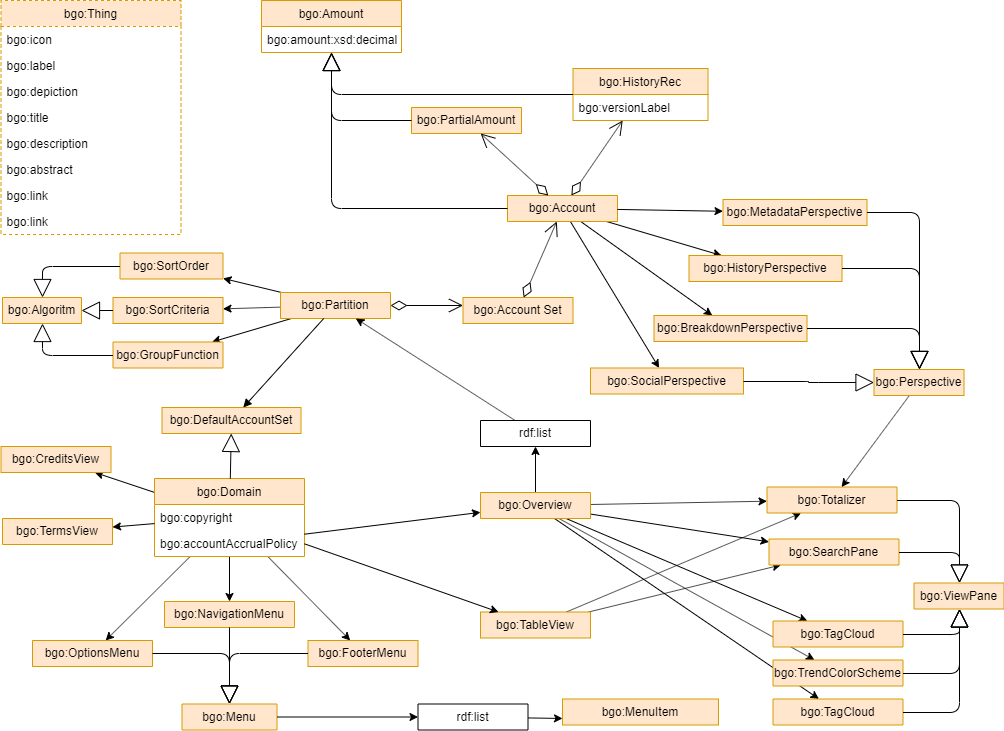
Earlier version of the draw.io export v1/bgo/doc/uml-diagram.png (linkeddatacenter/LODMAP-ontologies). Source tidied: cells renumbered, new cells last; positions are measured from the earlier drawing's top-left corner, leaving out a move shared by most shapes.
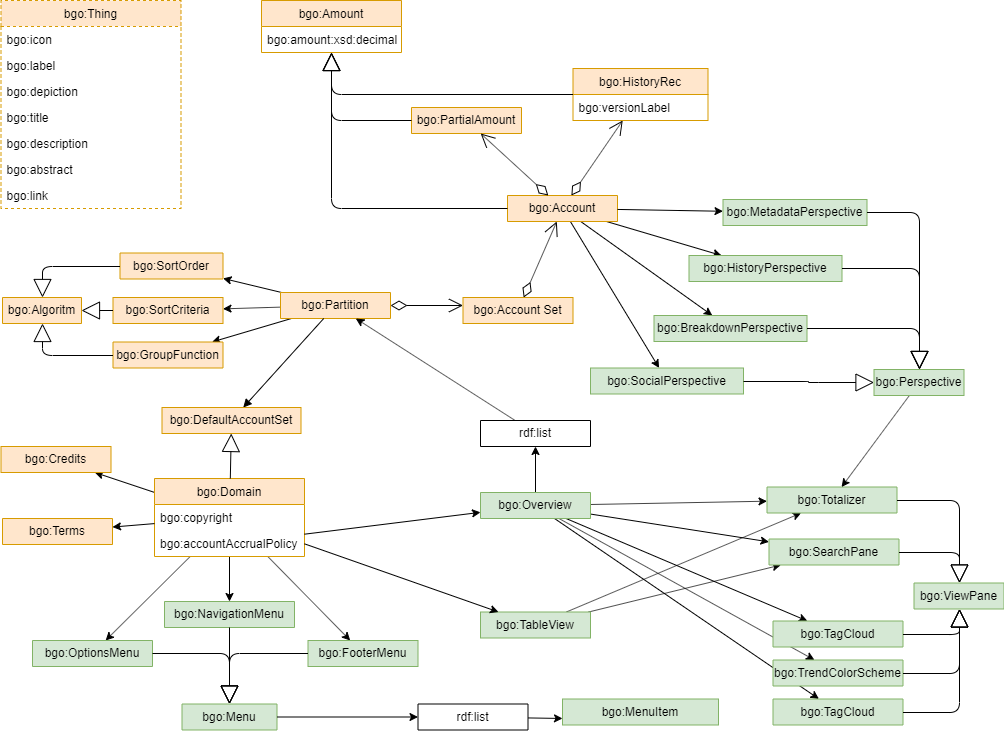
The same file after the commit.

What changed in the source:
```diff
@@ -39,7 +39,7 @@
       <mxGeometry x="-0.05" y="-7" relative="1" as="geometry" />
     </mxCell>
     <mxCell id="14" value="bgo:Thing" style="swimlane;fontStyle=0;horizontal=1;startSize=26;fillColor=#ffe6cc;swimlaneFillColor=#ffffff;strokeColor=#d79b00;dashed=1;" parent="1" vertex="1">
-      <mxGeometry x="-0.5" width="180" height="234" as="geometry" />
+      <mxGeometry x="-0.5" width="180" height="208" as="geometry" />
     </mxCell>
     <mxCell id="15" value="bgo:icon" style="text;strokeColor=none;fillColor=none;align=left;verticalAlign=top;spacingLeft=4;spacingRight=4;overflow=hidden;dashed=1;" parent="14" vertex="1">
       <mxGeometry y="26" width="180" height="26" as="geometry" />
@@ -62,9 +62,6 @@
     <mxCell id="21" value="bgo:link" style="text;strokeColor=none;fillColor=none;align=left;verticalAlign=top;spacingLeft=4;spacingRight=4;overflow=hidden;dashed=1;" parent="14" vertex="1">
       <mxGeometry y="182" width="180" height="26" as="geometry" />
     </mxCell>
-    <mxCell id="22" value="bgo:link" style="text;strokeColor=none;fillColor=none;align=left;verticalAlign=top;spacingLeft=4;spacingRight=4;overflow=hidden;dashed=1;" parent="14" vertex="1">
-      <mxGeometry y="208" width="180" height="26" as="geometry" />
-    </mxCell>
     <mxCell id="23" style="endArrow=open;html=1;endSize=12;startArrow=diamondThin;startSize=14;startFill=0;" parent="1" edge="1" source="12" target="7">
       <mxGeometry x="0.55" y="-7" relative="1" as="geometry" />
     </mxCell>
@@ -190,7 +187,7 @@
     <mxCell id="60" style="edgeStyle=none;rounded=0;jettySize=auto;html=1;" parent="1" edge="1" source="61" target="79">
       <mxGeometry relative="1" as="geometry" />
     </mxCell>
-    <mxCell id="61" value="bgo:Overview" style="swimlane;fontStyle=0;horizontal=1;startSize=26;fillColor=#ffe6cc;swimlaneFillColor=#ffffff;strokeColor=#d79b00;" parent="1" vertex="1" collapsed="1">
+    <mxCell id="61" value="bgo:Overview" style="swimlane;fontStyle=0;horizontal=1;startSize=26;fillColor=#d5e8d4;swimlaneFillColor=#ffffff;strokeColor=#82b366;" parent="1" vertex="1" collapsed="1">
       <mxGeometry x="479" y="492" width="110" height="26" as="geometry" />
     </mxCell>
     <mxCell id="62" style="edgeStyle=none;rounded=0;jettySize=auto;html=1;" parent="1" edge="1" source="64" target="86">
@@ -199,37 +196,37 @@
     <mxCell id="63" style="edgeStyle=none;rounded=0;jettySize=auto;html=1;" parent="1" edge="1" source="64" target="84">
       <mxGeometry relative="1" as="geometry" />
     </mxCell>
-    <mxCell id="64" value="bgo:TableView" style="swimlane;fontStyle=0;horizontal=1;startSize=26;fillColor=#ffe6cc;swimlaneFillColor=#ffffff;strokeColor=#d79b00;" parent="1" vertex="1" collapsed="1">
+    <mxCell id="64" value="bgo:TableView" style="swimlane;fontStyle=0;horizontal=1;startSize=26;fillColor=#d5e8d4;swimlaneFillColor=#ffffff;strokeColor=#82b366;" parent="1" vertex="1" collapsed="1">
       <mxGeometry x="479" y="611.5" width="110" height="26" as="geometry" />
     </mxCell>
-    <mxCell id="65" value="bgo:MetadataPerspective" style="swimlane;fontStyle=0;horizontal=1;startSize=26;fillColor=#ffe6cc;swimlaneFillColor=#ffffff;strokeColor=#d79b00;" parent="1" vertex="1" collapsed="1">
+    <mxCell id="65" value="bgo:MetadataPerspective" style="swimlane;fontStyle=0;horizontal=1;startSize=26;fillColor=#d5e8d4;swimlaneFillColor=#ffffff;strokeColor=#82b366;" parent="1" vertex="1" collapsed="1">
       <mxGeometry x="721.5" y="199" width="144" height="26" as="geometry" />
     </mxCell>
-    <mxCell id="66" value="bgo:HistoryPerspective" style="swimlane;fontStyle=0;horizontal=1;startSize=26;fillColor=#ffe6cc;swimlaneFillColor=#ffffff;strokeColor=#d79b00;" parent="1" vertex="1" collapsed="1">
+    <mxCell id="66" value="bgo:HistoryPerspective" style="swimlane;fontStyle=0;horizontal=1;startSize=26;fillColor=#d5e8d4;swimlaneFillColor=#ffffff;strokeColor=#82b366;" parent="1" vertex="1" collapsed="1">
       <mxGeometry x="687.5" y="255" width="153" height="26" as="geometry" />
     </mxCell>
-    <mxCell id="67" value="bgo:BreakdownPerspective" style="swimlane;fontStyle=0;horizontal=1;startSize=26;fillColor=#ffe6cc;swimlaneFillColor=#ffffff;strokeColor=#d79b00;" parent="1" vertex="1" collapsed="1">
+    <mxCell id="67" value="bgo:BreakdownPerspective" style="swimlane;fontStyle=0;horizontal=1;startSize=26;fillColor=#d5e8d4;swimlaneFillColor=#ffffff;strokeColor=#82b366;" parent="1" vertex="1" collapsed="1">
       <mxGeometry x="652.5" y="315" width="153" height="26" as="geometry" />
     </mxCell>
-    <mxCell id="68" value="bgo:SocialPerspective" style="swimlane;fontStyle=0;horizontal=1;startSize=26;fillColor=#ffe6cc;swimlaneFillColor=#ffffff;strokeColor=#d79b00;" parent="1" vertex="1" collapsed="1">
+    <mxCell id="68" value="bgo:SocialPerspective" style="swimlane;fontStyle=0;horizontal=1;startSize=26;fillColor=#d5e8d4;swimlaneFillColor=#ffffff;strokeColor=#82b366;" parent="1" vertex="1" collapsed="1">
       <mxGeometry x="589" y="367.5" width="153" height="26" as="geometry" />
     </mxCell>
-    <mxCell id="69" value="bgo:CreditsView" style="swimlane;fontStyle=0;horizontal=1;startSize=26;fillColor=#ffe6cc;swimlaneFillColor=#ffffff;strokeColor=#d79b00;" parent="1" vertex="1" collapsed="1">
+    <mxCell id="69" value="bgo:Credits" style="swimlane;fontStyle=0;horizontal=1;startSize=26;fillColor=#ffe6cc;swimlaneFillColor=#ffffff;strokeColor=#d79b00;" parent="1" vertex="1" collapsed="1">
       <mxGeometry x="-0.5" y="446" width="110" height="26" as="geometry" />
     </mxCell>
-    <mxCell id="70" value="bgo:TermsView" style="swimlane;fontStyle=0;horizontal=1;startSize=26;fillColor=#ffe6cc;swimlaneFillColor=#ffffff;strokeColor=#d79b00;" parent="1" vertex="1" collapsed="1">
+    <mxCell id="70" value="bgo:Terms" style="swimlane;fontStyle=0;horizontal=1;startSize=26;fillColor=#ffe6cc;swimlaneFillColor=#ffffff;strokeColor=#d79b00;" parent="1" vertex="1" collapsed="1">
       <mxGeometry x="1" y="518" width="110" height="26" as="geometry" />
     </mxCell>
-    <mxCell id="71" value="bgo:NavigationMenu" style="swimlane;fontStyle=0;horizontal=1;startSize=26;fillColor=#ffe6cc;swimlaneFillColor=#ffffff;strokeColor=#d79b00;" parent="1" vertex="1" collapsed="1">
+    <mxCell id="71" value="bgo:NavigationMenu" style="swimlane;fontStyle=0;horizontal=1;startSize=26;fillColor=#d5e8d4;swimlaneFillColor=#ffffff;strokeColor=#82b366;" parent="1" vertex="1" collapsed="1">
       <mxGeometry x="163" y="601" width="130" height="26" as="geometry" />
     </mxCell>
-    <mxCell id="72" value="bgo:OptionsMenu" style="swimlane;fontStyle=0;horizontal=1;startSize=26;fillColor=#ffe6cc;swimlaneFillColor=#ffffff;strokeColor=#d79b00;" parent="1" vertex="1" collapsed="1">
+    <mxCell id="72" value="bgo:OptionsMenu" style="swimlane;fontStyle=0;horizontal=1;startSize=26;fillColor=#d5e8d4;swimlaneFillColor=#ffffff;strokeColor=#82b366;" parent="1" vertex="1" collapsed="1">
       <mxGeometry x="31" y="640" width="120" height="26" as="geometry" />
     </mxCell>
-    <mxCell id="73" value="bgo:FooterMenu" style="swimlane;fontStyle=0;horizontal=1;startSize=26;fillColor=#ffe6cc;swimlaneFillColor=#ffffff;strokeColor=#d79b00;" parent="1" vertex="1" collapsed="1">
+    <mxCell id="73" value="bgo:FooterMenu" style="swimlane;fontStyle=0;horizontal=1;startSize=26;fillColor=#d5e8d4;swimlaneFillColor=#ffffff;strokeColor=#82b366;" parent="1" vertex="1" collapsed="1">
       <mxGeometry x="306.5" y="640" width="110" height="26" as="geometry" />
     </mxCell>
-    <mxCell id="74" value="bgo:Menu" style="swimlane;fontStyle=0;horizontal=1;startSize=26;fillColor=#ffe6cc;swimlaneFillColor=#ffffff;strokeColor=#d79b00;" parent="1" vertex="1" collapsed="1">
+    <mxCell id="74" value="bgo:Menu" style="swimlane;fontStyle=0;horizontal=1;startSize=26;fillColor=#d5e8d4;swimlaneFillColor=#ffffff;strokeColor=#82b366;" parent="1" vertex="1" collapsed="1">
       <mxGeometry x="180.5" y="703.5" width="95" height="26" as="geometry" />
     </mxCell>
     <mxCell id="75" style="endArrow=block;endSize=16;endFill=0;html=1;edgeStyle=orthogonalEdgeStyle;" parent="1" edge="1" source="72" target="74">
@@ -256,22 +253,22 @@
     <mxCell id="82" style="edgeStyle=orthogonalEdgeStyle;curved=1;rounded=0;jettySize=auto;html=1;" parent="1" edge="1" source="74" target="81">
       <mxGeometry relative="1" as="geometry" />
     </mxCell>
-    <mxCell id="83" value="bgo:MenuItem" style="swimlane;fontStyle=0;horizontal=1;startSize=26;fillColor=#ffe6cc;swimlaneFillColor=#ffffff;strokeColor=#d79b00;" parent="1" vertex="1" collapsed="1">
+    <mxCell id="83" value="bgo:MenuItem" style="swimlane;fontStyle=0;horizontal=1;startSize=26;fillColor=#d5e8d4;swimlaneFillColor=#ffffff;strokeColor=#82b366;" parent="1" vertex="1" collapsed="1">
       <mxGeometry x="561" y="698.5" width="156" height="26" as="geometry" />
     </mxCell>
-    <mxCell id="84" value="bgo:Totalizer" style="swimlane;fontStyle=0;horizontal=1;startSize=26;fillColor=#ffe6cc;swimlaneFillColor=#ffffff;strokeColor=#d79b00;" parent="1" vertex="1" collapsed="1">
+    <mxCell id="84" value="bgo:Totalizer" style="swimlane;fontStyle=0;horizontal=1;startSize=26;fillColor=#d5e8d4;swimlaneFillColor=#ffffff;strokeColor=#82b366;" parent="1" vertex="1" collapsed="1">
       <mxGeometry x="765.5" y="486.5" width="130" height="26" as="geometry" />
     </mxCell>
-    <mxCell id="85" value="bgo:TagCloud" style="swimlane;fontStyle=0;horizontal=1;startSize=26;fillColor=#ffe6cc;swimlaneFillColor=#ffffff;strokeColor=#d79b00;" parent="1" vertex="1" collapsed="1">
+    <mxCell id="85" value="bgo:TagCloud" style="swimlane;fontStyle=0;horizontal=1;startSize=26;fillColor=#d5e8d4;swimlaneFillColor=#ffffff;strokeColor=#82b366;" parent="1" vertex="1" collapsed="1">
       <mxGeometry x="771.5" y="620.5" width="130" height="26" as="geometry" />
     </mxCell>
-    <mxCell id="86" value="bgo:SearchPane" style="swimlane;fontStyle=0;horizontal=1;startSize=26;fillColor=#ffe6cc;swimlaneFillColor=#ffffff;strokeColor=#d79b00;" parent="1" vertex="1" collapsed="1">
+    <mxCell id="86" value="bgo:SearchPane" style="swimlane;fontStyle=0;horizontal=1;startSize=26;fillColor=#d5e8d4;swimlaneFillColor=#ffffff;strokeColor=#82b366;" parent="1" vertex="1" collapsed="1">
       <mxGeometry x="767.5" y="538.5" width="130" height="26" as="geometry" />
     </mxCell>
-    <mxCell id="87" value="bgo:TagCloud" style="swimlane;fontStyle=0;horizontal=1;startSize=26;fillColor=#ffe6cc;swimlaneFillColor=#ffffff;strokeColor=#d79b00;" parent="1" vertex="1" collapsed="1">
+    <mxCell id="87" value="bgo:TagCloud" style="swimlane;fontStyle=0;horizontal=1;startSize=26;fillColor=#d5e8d4;swimlaneFillColor=#ffffff;strokeColor=#82b366;" parent="1" vertex="1" collapsed="1">
       <mxGeometry x="771.5" y="698.5" width="130" height="26" as="geometry" />
     </mxCell>
-    <mxCell id="88" value="bgo:TrendColorScheme" style="swimlane;fontStyle=0;horizontal=1;startSize=26;fillColor=#ffe6cc;swimlaneFillColor=#ffffff;strokeColor=#d79b00;" parent="1" vertex="1" collapsed="1">
+    <mxCell id="88" value="bgo:TrendColorScheme" style="swimlane;fontStyle=0;horizontal=1;startSize=26;fillColor=#d5e8d4;swimlaneFillColor=#ffffff;strokeColor=#82b366;" parent="1" vertex="1" collapsed="1">
       <mxGeometry x="771.5" y="659.5" width="130" height="26" as="geometry" />
     </mxCell>
     <mxCell id="89" style="edgeStyle=none;rounded=0;jettySize=auto;html=1;" parent="1" edge="1" source="12" target="65">
@@ -289,7 +286,7 @@
     <mxCell id="93" style="edgeStyle=none;rounded=0;jettySize=auto;html=1;" parent="1" edge="1" source="30" target="70">
       <mxGeometry relative="1" as="geometry" />
     </mxCell>
-    <mxCell id="94" value="bgo:ViewPane" style="swimlane;fontStyle=0;horizontal=1;startSize=26;fillColor=#ffe6cc;swimlaneFillColor=#ffffff;strokeColor=#d79b00;" parent="1" vertex="1" collapsed="1">
+    <mxCell id="94" value="bgo:ViewPane" style="swimlane;fontStyle=0;horizontal=1;startSize=26;fillColor=#d5e8d4;swimlaneFillColor=#ffffff;strokeColor=#82b366;" parent="1" vertex="1" collapsed="1">
       <mxGeometry x="912.5" y="582.5" width="90" height="26" as="geometry" />
     </mxCell>
     <mxCell id="95" style="endArrow=block;endSize=16;endFill=0;html=1;edgeStyle=orthogonalEdgeStyle;" parent="1" edge="1" source="85" target="94">
@@ -310,7 +307,7 @@
     <mxCell id="100" style="rounded=0;jettySize=auto;html=1;" parent="1" edge="1" source="101" target="84">
       <mxGeometry relative="1" as="geometry" />
     </mxCell>
-    <mxCell id="101" value="bgo:Perspective" style="swimlane;fontStyle=0;horizontal=1;startSize=26;fillColor=#ffe6cc;swimlaneFillColor=#ffffff;strokeColor=#d79b00;" parent="1" vertex="1" collapsed="1">
+    <mxCell id="101" value="bgo:Perspective" style="swimlane;fontStyle=0;horizontal=1;startSize=26;fillColor=#d5e8d4;swimlaneFillColor=#ffffff;strokeColor=#82b366;" parent="1" vertex="1" collapsed="1">
       <mxGeometry x="872.5" y="369" width="90" height="26" as="geometry" />
     </mxCell>
     <mxCell id="102" style="endArrow=block;endSize=16;endFill=0;html=1;edgeStyle=orthogonalEdgeStyle;" parent="1" edge="1" source="68" target="101">
```
